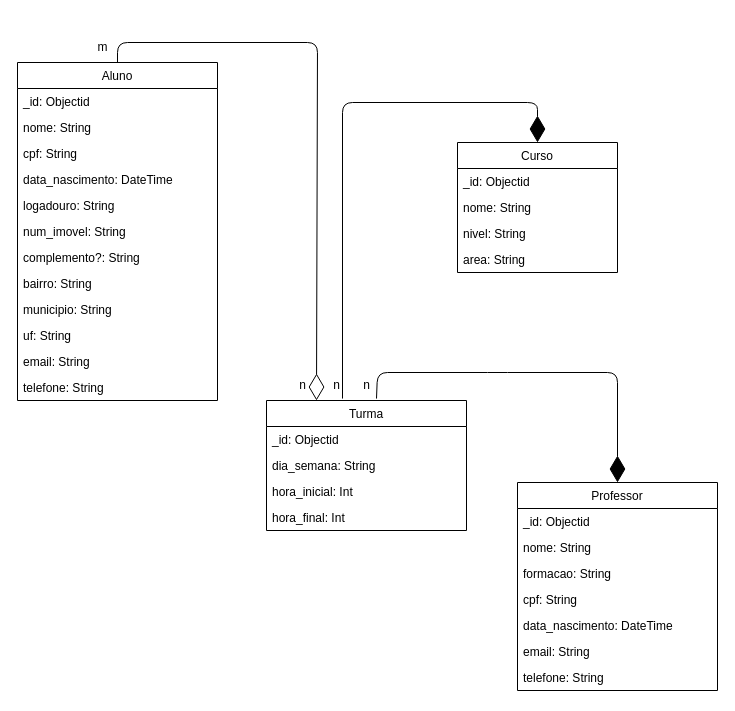
Above: docs/modelagem-bd.drawio in lauanygoncalves/bn-not-2023-2 (draw.io), before the change. Source tidied: cells renumbered, new cells numbered last; positions are measured from the earlier drawing's top-left corner, leaving out a move shared by most shapes. Both pictures are drawn from the tidied source at 100%, with x=0, y=0 at pixel (17, 32).
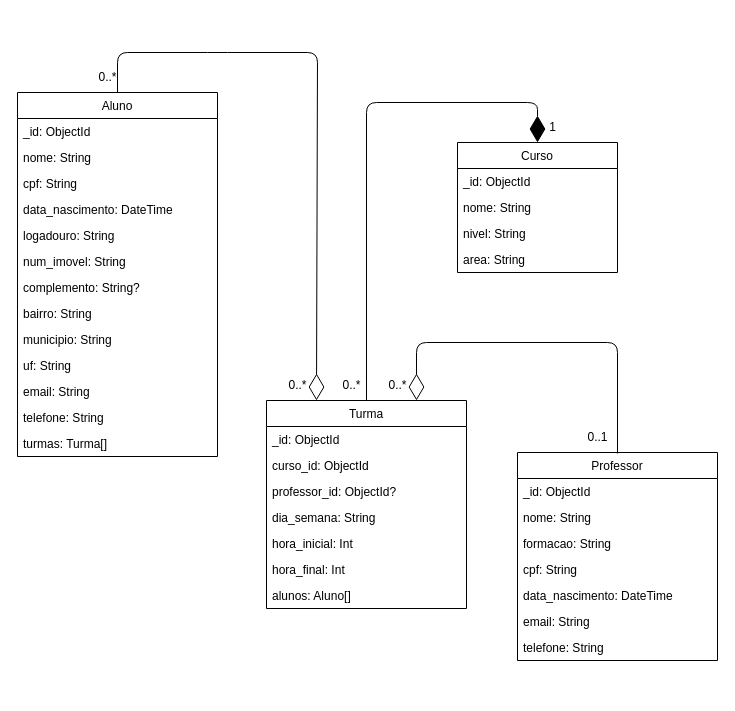
Above is the later version.

Unchanged cells that the change refers to:
```xml
<mxCell id="20" value="Curso" style="swimlane;fontStyle=0;horizontal=1;startSize=26;fillColor=none;" parent="1" vertex="1">
  <mxGeometry x="440" y="110" width="160" height="130" as="geometry" />
</mxCell>
```

What changed in the source:
```diff
@@
     <mxCell id="2" value="Aluno" style="swimlane;fontStyle=0;horizontal=1;startSize=26;fillColor=none;" parent="1" vertex="1">
-      <mxGeometry y="30" width="200" height="338" as="geometry" />
+      <mxGeometry y="60" width="200" height="364" as="geometry" />
     </mxCell>
-    <mxCell id="3" value="_id: Objectid" style="text;strokeColor=none;fillColor=none;align=left;verticalAlign=top;spacingLeft=4;spacingRight=4;overflow=hidden;" parent="2" vertex="1">
+    <mxCell id="3" value="_id: ObjectId" style="text;strokeColor=none;fillColor=none;align=left;verticalAlign=top;spacingLeft=4;spacingRight=4;overflow=hidden;" parent="2" vertex="1">
       <mxGeometry y="26" width="200" height="26" as="geometry" />
     </mxCell>
@@
-    <mxCell id="9" value="complemento?: String" style="text;strokeColor=none;fillColor=none;align=left;verticalAlign=top;spacingLeft=4;spacingRight=4;overflow=hidden;" parent="2" vertex="1">
+    <mxCell id="9" value="complemento: String?" style="text;strokeColor=none;fillColor=none;align=left;verticalAlign=top;spacingLeft=4;spacingRight=4;overflow=hidden;" parent="2" vertex="1">
       <mxGeometry y="182" width="200" height="26" as="geometry" />
     </mxCell>
@@
+    <mxCell id="40" value="telefone: String" style="text;strokeColor=none;fillColor=none;align=left;verticalAlign=top;spacingLeft=4;spacingRight=4;overflow=hidden;" parent="2" vertex="1">
+      <mxGeometry y="312" width="200" height="26" as="geometry" />
+    </mxCell>
-    <mxCell id="14" value="telefone: String" style="text;strokeColor=none;fillColor=none;align=left;verticalAlign=top;spacingLeft=4;spacingRight=4;overflow=hidden;" parent="2" vertex="1">
-      <mxGeometry y="312" width="200" height="26" as="geometry" />
+    <mxCell id="14" value="turmas: Turma[]" style="text;strokeColor=none;fillColor=none;align=left;verticalAlign=top;spacingLeft=4;spacingRight=4;overflow=hidden;" parent="2" vertex="1">
+      <mxGeometry y="338" width="200" height="26" as="geometry" />
     </mxCell>
     <mxCell id="15" value="Turma" style="swimlane;fontStyle=0;horizontal=1;startSize=26;fillColor=none;" parent="1" vertex="1">
-      <mxGeometry x="249" y="368" width="200" height="130" as="geometry" />
+      <mxGeometry x="249" y="368" width="200" height="208" as="geometry" />
     </mxCell>
-    <mxCell id="16" value="_id: Objectid" style="text;strokeColor=none;fillColor=none;align=left;verticalAlign=top;spacingLeft=4;spacingRight=4;overflow=hidden;" parent="15" vertex="1">
+    <mxCell id="16" value="_id: ObjectId" style="text;strokeColor=none;fillColor=none;align=left;verticalAlign=top;spacingLeft=4;spacingRight=4;overflow=hidden;" parent="15" vertex="1">
       <mxGeometry y="26" width="200" height="26" as="geometry" />
     </mxCell>
+    <mxCell id="19" value="curso_id: ObjectId" style="text;strokeColor=none;fillColor=none;align=left;verticalAlign=top;spacingLeft=4;spacingRight=4;overflow=hidden;" parent="15" vertex="1">
+      <mxGeometry y="52" width="200" height="26" as="geometry" />
+    </mxCell>
+    <mxCell id="41" value="professor_id: ObjectId?" style="text;strokeColor=none;fillColor=none;align=left;verticalAlign=top;spacingLeft=4;spacingRight=4;overflow=hidden;" parent="15" vertex="1">
+      <mxGeometry y="78" width="200" height="26" as="geometry" />
+    </mxCell>
     <mxCell id="17" value="dia_semana: String" style="text;strokeColor=none;fillColor=none;align=left;verticalAlign=top;spacingLeft=4;spacingRight=4;overflow=hidden;" parent="15" vertex="1">
-      <mxGeometry y="52" width="200" height="26" as="geometry" />
+      <mxGeometry y="104" width="200" height="26" as="geometry" />
     </mxCell>
     <mxCell id="18" value="hora_inicial: Int" style="text;strokeColor=none;fillColor=none;align=left;verticalAlign=top;spacingLeft=4;spacingRight=4;overflow=hidden;" parent="15" vertex="1">
-      <mxGeometry y="78" width="200" height="26" as="geometry" />
+      <mxGeometry y="130" width="200" height="26" as="geometry" />
     </mxCell>
-    <mxCell id="19" value="hora_final: Int" style="text;strokeColor=none;fillColor=none;align=left;verticalAlign=top;spacingLeft=4;spacingRight=4;overflow=hidden;" parent="15" vertex="1">
-      <mxGeometry y="104" width="200" height="26" as="geometry" />
-    </mxCell>
+    <mxCell id="42" value="hora_final: Int" style="text;strokeColor=none;fillColor=none;align=left;verticalAlign=top;spacingLeft=4;spacingRight=4;overflow=hidden;" parent="15" vertex="1">
+      <mxGeometry y="156" width="200" height="26" as="geometry" />
+    </mxCell>
+    <mxCell id="43" value="alunos: Aluno[]" style="text;strokeColor=none;fillColor=none;align=left;verticalAlign=top;spacingLeft=4;spacingRight=4;overflow=hidden;" parent="15" vertex="1">
+      <mxGeometry y="182" width="200" height="26" as="geometry" />
+    </mxCell>
@@
-    <mxCell id="21" value="_id: Objectid" style="text;strokeColor=none;fillColor=none;align=left;verticalAlign=top;spacingLeft=4;spacingRight=4;overflow=hidden;" parent="20" vertex="1">
+    <mxCell id="21" value="_id: ObjectId" style="text;strokeColor=none;fillColor=none;align=left;verticalAlign=top;spacingLeft=4;spacingRight=4;overflow=hidden;" parent="20" vertex="1">
       <mxGeometry y="26" width="160" height="26" as="geometry" />
     </mxCell>
@@
     <mxCell id="25" value="Professor" style="swimlane;fontStyle=0;horizontal=1;startSize=26;fillColor=none;" parent="1" vertex="1">
-      <mxGeometry x="500" y="450" width="200" height="208" as="geometry" />
+      <mxGeometry x="500" y="420" width="200" height="208" as="geometry" />
     </mxCell>
-    <mxCell id="26" value="_id: Objectid" style="text;strokeColor=none;fillColor=none;align=left;verticalAlign=top;spacingLeft=4;spacingRight=4;overflow=hidden;" parent="25" vertex="1">
+    <mxCell id="26" value="_id: ObjectId" style="text;strokeColor=none;fillColor=none;align=left;verticalAlign=top;spacingLeft=4;spacingRight=4;overflow=hidden;" parent="25" vertex="1">
       <mxGeometry y="26" width="200" height="26" as="geometry" />
     </mxCell>
@@
-    <mxCell id="33" style="endArrow=diamondThin;endFill=1;endSize=24;html=1;exitX=0.55;exitY=-0.015;exitDx=0;exitDy=0;startArrow=none;exitPerimeter=0;" parent="1" edge="1" source="15">
-      <mxGeometry relative="1" as="geometry">
-        <mxPoint x="600" y="450" as="targetPoint" />
-        <Array as="points">
-          <mxPoint x="360" y="340" />
-          <mxPoint x="480" y="340" />
-          <mxPoint x="600" y="340" />
-        </Array>
-      </mxGeometry>
-    </mxCell>
-    <mxCell id="34" value="n" style="text;html=1;align=center;verticalAlign=middle;strokeColor=none;fillColor=none;" parent="1" vertex="1">
-      <mxGeometry x="334" y="338" width="30" height="30" as="geometry" />
+    <mxCell id="34" value="0..*" style="text;html=1;align=center;verticalAlign=middle;strokeColor=none;fillColor=none;" parent="1" vertex="1">
+      <mxGeometry x="360" y="338" width="40" height="30" as="geometry" />
     </mxCell>
-    <mxCell id="35" style="endArrow=diamondThin;endFill=1;endSize=24;html=1;entryX=0.5;entryY=0;entryDx=0;entryDy=0;exitX=0.38;exitY=-0.015;exitDx=0;exitDy=0;exitPerimeter=0;" parent="1" edge="1" source="15" target="20">
+    <mxCell id="35" style="endArrow=diamondThin;endFill=1;endSize=24;html=1;entryX=0.5;entryY=0;entryDx=0;entryDy=0;exitX=0.5;exitY=0;exitDx=0;exitDy=0;" parent="1" edge="1" source="15" target="20">
       <mxGeometry relative="1" as="geometry">
         <Array as="points">
-          <mxPoint x="325" y="70" />
+          <mxPoint x="349" y="70" />
           <mxPoint x="520" y="70" />
         </Array>
       </mxGeometry>
     </mxCell>
-    <mxCell id="36" value="n" style="text;html=1;align=center;verticalAlign=middle;strokeColor=none;fillColor=none;" parent="1" vertex="1">
-      <mxGeometry x="304" y="338" width="30" height="30" as="geometry" />
+    <mxCell id="36" value="0..*" style="text;html=1;align=center;verticalAlign=middle;strokeColor=none;fillColor=none;" parent="1" vertex="1">
+      <mxGeometry x="314" y="338" width="40" height="30" as="geometry" />
     </mxCell>
-    <mxCell id="37" style="endArrow=diamondThin;endFill=0;endSize=24;html=1;entryX=0.25;entryY=0;entryDx=0;entryDy=0;exitX=0.5;exitY=0;exitDx=0;exitDy=0;" parent="1" edge="1" source="2" target="15">
+    <mxCell id="37" style="endArrow=diamondThin;endFill=0;endSize=24;html=1;entryX=0.25;entryY=0;entryDx=0;entryDy=0;" parent="1" edge="1" target="15">
       <mxGeometry relative="1" as="geometry">
+        <mxPoint x="100" y="60" as="sourcePoint" />
         <Array as="points">
-          <mxPoint x="100" y="10" />
-          <mxPoint x="300" y="10" />
+          <mxPoint x="100" y="20" />
+          <mxPoint x="200" y="20" />
+          <mxPoint x="300" y="20" />
         </Array>
       </mxGeometry>
     </mxCell>
-    <mxCell id="38" value="m" style="text;html=1;align=center;verticalAlign=middle;strokeColor=none;fillColor=none;" parent="1" vertex="1">
-      <mxGeometry x="70" width="30" height="30" as="geometry" />
+    <mxCell id="38" value="0..*" style="text;html=1;align=center;verticalAlign=middle;strokeColor=none;fillColor=none;" parent="1" vertex="1">
+      <mxGeometry x="70" y="30" width="40" height="30" as="geometry" />
     </mxCell>
-    <mxCell id="39" value="n" style="text;html=1;align=center;verticalAlign=middle;strokeColor=none;fillColor=none;" parent="1" vertex="1">
-      <mxGeometry x="270" y="338" width="30" height="30" as="geometry" />
+    <mxCell id="39" value="0..*" style="text;html=1;align=center;verticalAlign=middle;strokeColor=none;fillColor=none;" parent="1" vertex="1">
+      <mxGeometry x="260" y="338" width="40" height="30" as="geometry" />
     </mxCell>
+    <mxCell id="44" style="endArrow=diamondThin;endFill=0;endSize=24;html=1;entryX=0.75;entryY=0;entryDx=0;entryDy=0;exitX=1;exitY=1.033;exitDx=0;exitDy=0;exitPerimeter=0;" parent="1" edge="1" source="45" target="15">
+      <mxGeometry relative="1" as="geometry">
+        <Array as="points">
+          <mxPoint x="600" y="310" />
+          <mxPoint x="399" y="310" />
+        </Array>
+      </mxGeometry>
+    </mxCell>
+    <mxCell id="45" value="0..1" style="text;html=1;align=center;verticalAlign=middle;points=[];strokeColor=none;fillColor=none;" parent="1" vertex="1">
+      <mxGeometry x="560" y="390" width="40" height="30" as="geometry" />
+    </mxCell>
+    <mxCell id="46" value="1" style="text;html=1;align=center;verticalAlign=middle;strokeColor=none;fillColor=none;" parent="1" vertex="1">
+      <mxGeometry x="520" y="80" width="30" height="30" as="geometry" />
+    </mxCell>
```
